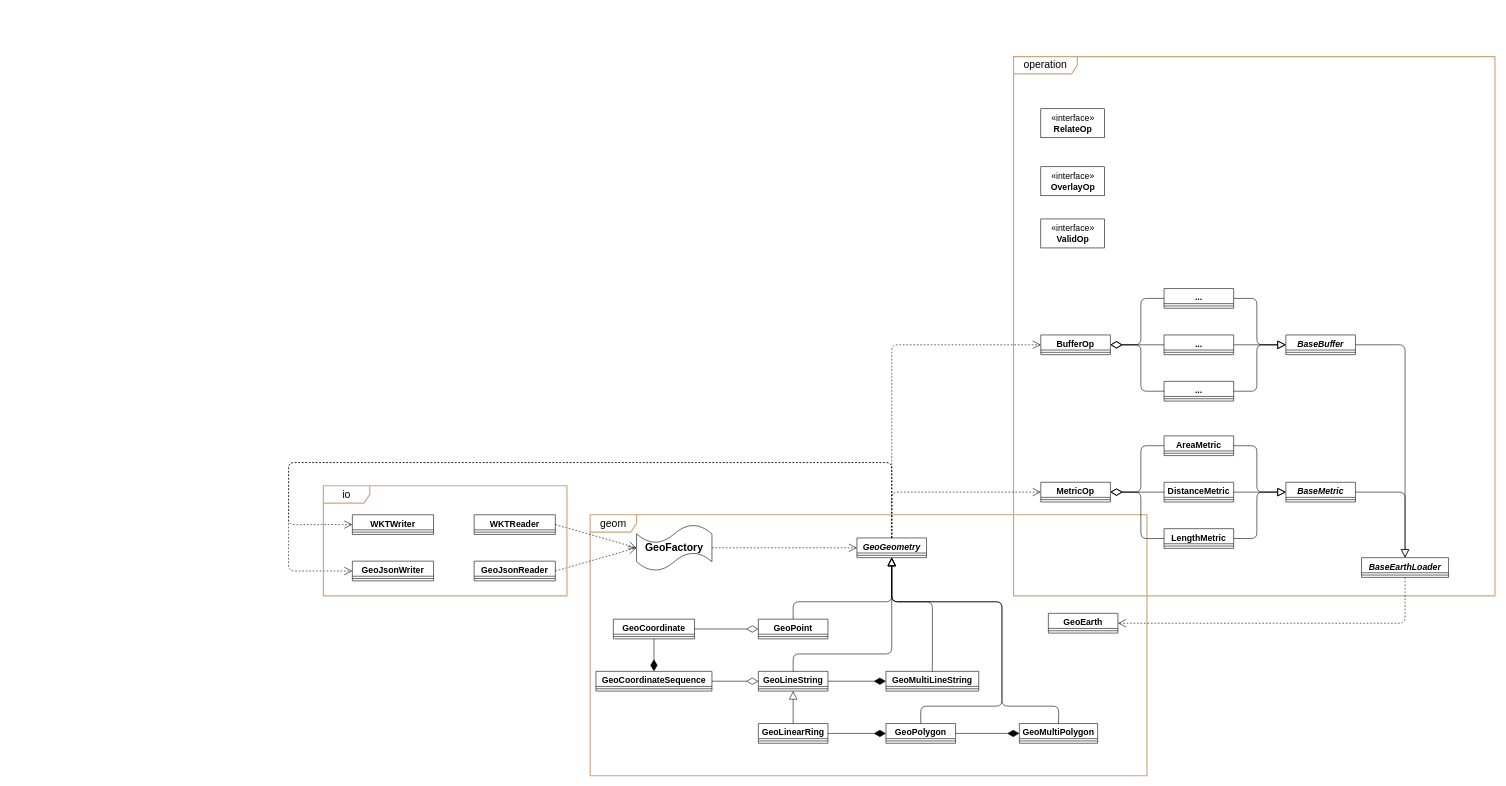
Before: design/structure.drawio in Ahtkom/ellipsoid, a draw.io diagram. Source tidied: cells renumbered, new cells numbered last; positions are measured from the earlier drawing's top-left corner, leaving out a move shared by most shapes. Both pictures are drawn from the tidied source at 58%, with x=0, y=0 at pixel (288, 56).
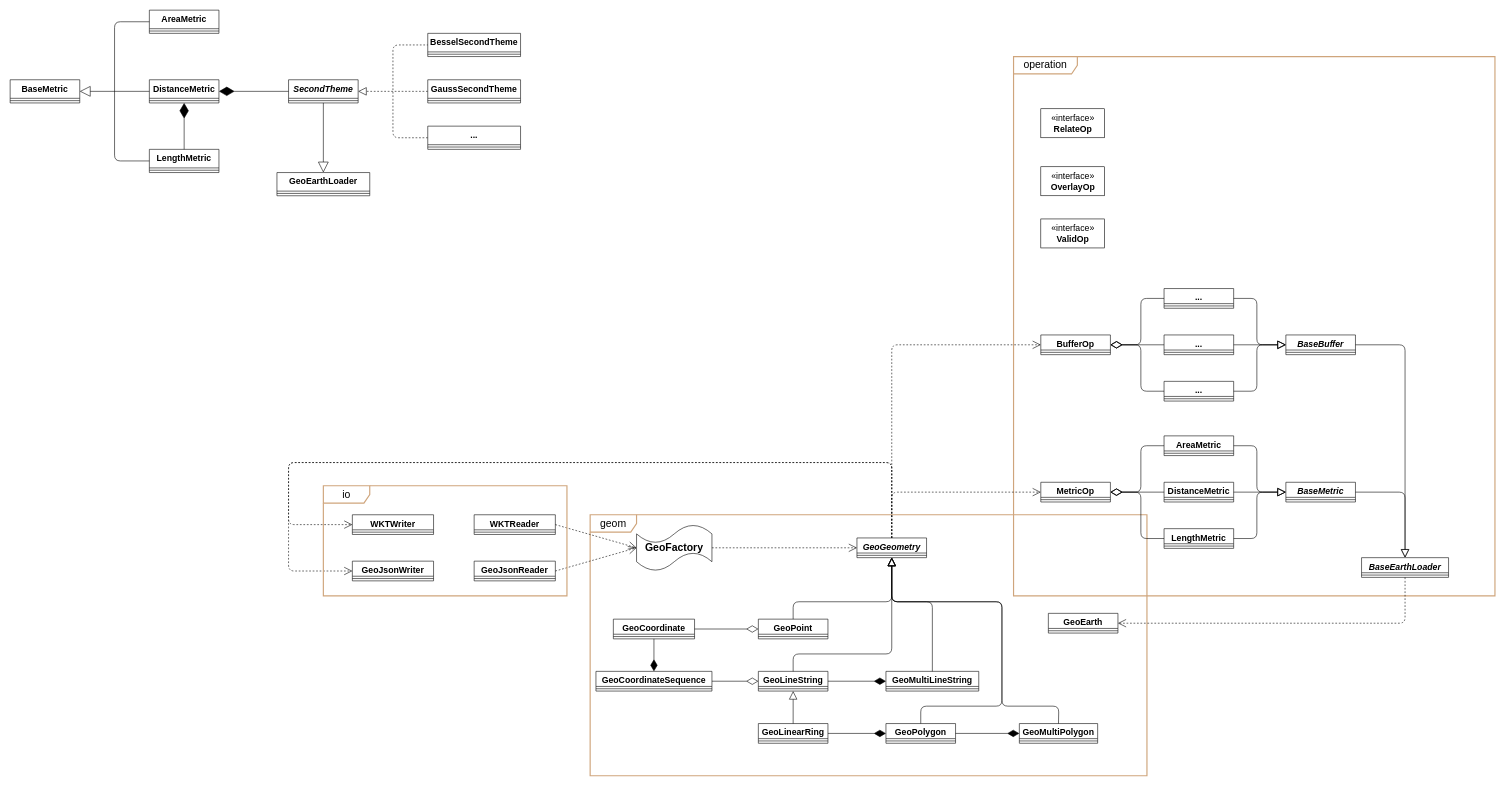
The same page after the edit.

Change to the diagram source:
```diff
@@
+    <mxCell id="93" value="DistanceMetric" style="swimlane;fontStyle=1;align=center;verticalAlign=top;horizontal=1;startSize=32;fontSize=15;" parent="1" vertex="1">
+      <mxGeometry x="-240" y="40" width="120" height="40" as="geometry" />
+    </mxCell>
+    <mxCell id="94" style="line;strokeWidth=1;fillColor=none;align=left;verticalAlign=middle;spacingTop=-1;spacingLeft=3;spacingRight=3;labelPosition=right;fontSize=15;" parent="93" vertex="1">
+      <mxGeometry y="32" width="120" height="8" as="geometry" />
+    </mxCell>
+    <mxCell id="95" value="BaseMetric" style="swimlane;fontStyle=1;align=center;verticalAlign=top;horizontal=1;startSize=32;fontSize=15;" parent="1" vertex="1">
+      <mxGeometry x="-480" y="40" width="120" height="40" as="geometry" />
+    </mxCell>
+    <mxCell id="96" style="line;strokeWidth=1;fillColor=none;align=left;verticalAlign=middle;spacingTop=-1;spacingLeft=3;spacingRight=3;labelPosition=right;fontSize=15;" parent="95" vertex="1">
+      <mxGeometry y="32" width="120" height="8" as="geometry" />
+    </mxCell>
+    <mxCell id="97" value="SecondTheme" style="swimlane;fontStyle=3;align=center;verticalAlign=top;horizontal=1;startSize=32;fontSize=15;" parent="1" vertex="1">
+      <mxGeometry y="40" width="120" height="40" as="geometry" />
+    </mxCell>
+    <mxCell id="98" style="line;strokeWidth=1;fillColor=none;align=left;verticalAlign=middle;spacingTop=-1;spacingLeft=3;spacingRight=3;labelPosition=right;fontSize=15;" parent="97" vertex="1">
+      <mxGeometry y="32" width="120" height="8" as="geometry" />
+    </mxCell>
+    <mxCell id="99" style="endArrow=block;endSize=16;endFill=0;html=1;exitX=0;exitY=0.5;exitDx=0;exitDy=0;entryX=1;entryY=0.5;entryDx=0;entryDy=0;" parent="1" edge="1" source="93" target="95">
+      <mxGeometry x="0.12" relative="1" as="geometry" />
+    </mxCell>
+    <mxCell id="100" style="endArrow=diamondThin;endFill=1;endSize=24;html=1;entryX=1;entryY=0.5;entryDx=0;entryDy=0;exitX=0;exitY=0.5;exitDx=0;exitDy=0;" parent="1" edge="1" source="97" target="93">
+      <mxGeometry relative="1" as="geometry" />
+    </mxCell>
+    <mxCell id="101" style="endArrow=block;dashed=1;endFill=0;endSize=12;html=1;entryX=1;entryY=0.5;entryDx=0;entryDy=0;exitX=0;exitY=0.5;exitDx=0;exitDy=0;" parent="1" edge="1" source="102" target="97">
+      <mxGeometry relative="1" as="geometry" />
+    </mxCell>
+    <mxCell id="102" value="GaussSecondTheme" style="swimlane;fontStyle=1;align=center;verticalAlign=top;horizontal=1;startSize=32;fontSize=15;" parent="1" vertex="1">
+      <mxGeometry x="240" y="40" width="160" height="40" as="geometry" />
+    </mxCell>
+    <mxCell id="103" style="line;strokeWidth=1;fillColor=none;align=left;verticalAlign=middle;spacingTop=-1;spacingLeft=3;spacingRight=3;labelPosition=right;fontSize=15;" parent="102" vertex="1">
+      <mxGeometry y="32" width="160" height="8" as="geometry" />
+    </mxCell>
+    <mxCell id="104" value="BesselSecondTheme" style="swimlane;fontStyle=1;align=center;verticalAlign=top;horizontal=1;startSize=32;fontSize=15;" parent="1" vertex="1">
+      <mxGeometry x="240" y="-40" width="160" height="40" as="geometry" />
+    </mxCell>
+    <mxCell id="105" style="line;strokeWidth=1;fillColor=none;align=left;verticalAlign=middle;spacingTop=-1;spacingLeft=3;spacingRight=3;labelPosition=right;fontSize=15;" parent="104" vertex="1">
+      <mxGeometry y="32" width="160" height="8" as="geometry" />
+    </mxCell>
+    <mxCell id="106" style="endArrow=none;dashed=1;html=1;strokeWidth=1;entryX=0;entryY=0.5;entryDx=0;entryDy=0;exitX=0;exitY=0.5;exitDx=0;exitDy=0;" parent="1" edge="1" source="107" target="104">
+      <mxGeometry relative="1" as="geometry">
+        <Array as="points">
+          <mxPoint x="180" y="140" />
+          <mxPoint x="180" y="-20" />
+        </Array>
+      </mxGeometry>
+    </mxCell>
+    <mxCell id="107" value="..." style="swimlane;fontStyle=1;align=center;verticalAlign=top;horizontal=1;startSize=32;fontSize=15;" parent="1" vertex="1">
+      <mxGeometry x="240" y="120" width="160" height="40" as="geometry" />
+    </mxCell>
+    <mxCell id="108" style="line;strokeWidth=1;fillColor=none;align=left;verticalAlign=middle;spacingTop=-1;spacingLeft=3;spacingRight=3;labelPosition=right;fontSize=15;" parent="107" vertex="1">
+      <mxGeometry y="32" width="160" height="8" as="geometry" />
+    </mxCell>
+    <mxCell id="109" value="GeoEarthLoader" style="swimlane;fontStyle=1;align=center;verticalAlign=top;horizontal=1;startSize=32;fontSize=15;" parent="1" vertex="1">
+      <mxGeometry x="-20" y="200" width="160" height="40" as="geometry" />
+    </mxCell>
+    <mxCell id="110" style="line;strokeWidth=1;fillColor=none;align=left;verticalAlign=middle;spacingTop=-1;spacingLeft=3;spacingRight=3;labelPosition=right;fontSize=15;" parent="109" vertex="1">
+      <mxGeometry y="32" width="160" height="8" as="geometry" />
+    </mxCell>
+    <mxCell id="111" style="endArrow=block;endSize=16;endFill=0;html=1;exitX=0.5;exitY=1;exitDx=0;exitDy=0;entryX=0.5;entryY=0;entryDx=0;entryDy=0;" parent="1" edge="1" source="97" target="109">
+      <mxGeometry x="0.12" relative="1" as="geometry" />
+    </mxCell>
+    <mxCell id="112" value="AreaMetric" style="swimlane;fontStyle=1;align=center;verticalAlign=top;horizontal=1;startSize=32;fontSize=15;" parent="1" vertex="1">
+      <mxGeometry x="-240" y="-80" width="120" height="40" as="geometry" />
+    </mxCell>
+    <mxCell id="113" style="line;strokeWidth=1;fillColor=none;align=left;verticalAlign=middle;spacingTop=-1;spacingLeft=3;spacingRight=3;labelPosition=right;fontSize=15;" parent="112" vertex="1">
+      <mxGeometry y="32" width="120" height="8" as="geometry" />
+    </mxCell>
+    <mxCell id="114" value="LengthMetric" style="swimlane;fontStyle=1;align=center;verticalAlign=top;horizontal=1;startSize=32;fontSize=15;" parent="1" vertex="1">
+      <mxGeometry x="-240" y="160" width="120" height="40" as="geometry" />
+    </mxCell>
+    <mxCell id="115" style="line;strokeWidth=1;fillColor=none;align=left;verticalAlign=middle;spacingTop=-1;spacingLeft=3;spacingRight=3;labelPosition=right;fontSize=15;" parent="114" vertex="1">
+      <mxGeometry y="32" width="120" height="8" as="geometry" />
+    </mxCell>
+    <mxCell id="116" style="endArrow=none;html=1;strokeWidth=1;exitX=0;exitY=0.5;exitDx=0;exitDy=0;entryX=0;entryY=0.5;entryDx=0;entryDy=0;" parent="1" edge="1" source="114" target="112">
+      <mxGeometry relative="1" as="geometry">
+        <Array as="points">
+          <mxPoint x="-300" y="180" />
+          <mxPoint x="-300" y="-60" />
+        </Array>
+      </mxGeometry>
+    </mxCell>
+    <mxCell id="117" style="endArrow=diamondThin;endFill=1;endSize=24;html=1;entryX=0.5;entryY=1;entryDx=0;entryDy=0;exitX=0.5;exitY=0;exitDx=0;exitDy=0;" parent="1" edge="1" source="114" target="93">
+      <mxGeometry relative="1" as="geometry" />
+    </mxCell>
```
